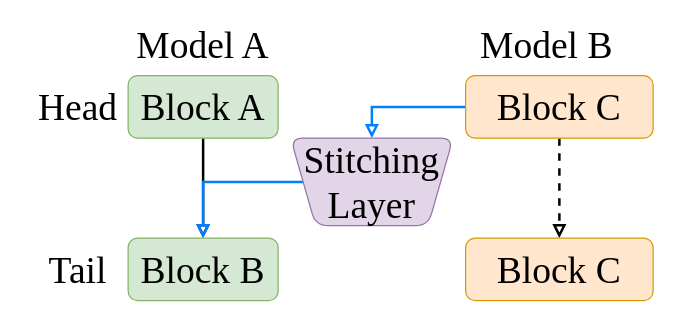
BDHU/blockllm-diagram keeps this draw.io diagram as stitch.drawio. Above is the earlier version. Source tidied: cells renumbered, new cells numbered last; positions are measured from the earlier drawing's top-left corner, leaving out a move shared by most shapes. Both pictures are drawn from the tidied source at 125%, with x=0, y=0 at pixel (40, 25).
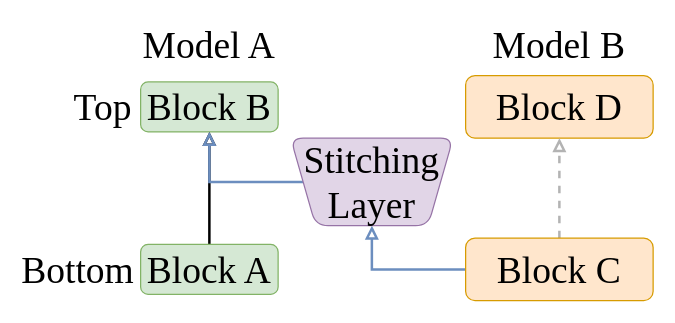
The same page after the edit.

Diff of the diagram source:
```diff
@@
 <mxGraphModel>
   <root>
     <mxCell id="0" />
     <mxCell id="1" parent="0" />
-    <mxCell id="2" style="edgeStyle=orthogonalEdgeStyle;rounded=0;jettySize=auto;html=1;strokeWidth=2;endArrow=block;endFill=0;" parent="1" edge="1" source="3" target="4">
-      <mxGeometry relative="1" as="geometry" />
-    </mxCell>
-    <mxCell id="3" value="&lt;font style=&quot;font-size: 30px;&quot; face=&quot;Times New Roman&quot;&gt;&lt;font&gt;Block A&lt;/font&gt;&lt;br&gt;&lt;/font&gt;" style="rounded=1;whiteSpace=wrap;html=1;fillColor=#d5e8d4;strokeColor=#82b366;" parent="1" vertex="1">
-      <mxGeometry x="70" y="40" width="120" height="50" as="geometry" />
+    <mxCell id="3" value="&lt;font style=&quot;font-size: 30px;&quot; face=&quot;Times New Roman&quot;&gt;&lt;font&gt;Block B&lt;/font&gt;&lt;br&gt;&lt;/font&gt;" style="rounded=1;whiteSpace=wrap;html=1;fillColor=#d5e8d4;strokeColor=#82b366;" parent="1" vertex="1">
+      <mxGeometry x="80" y="45" width="110" height="40" as="geometry" />
     </mxCell>
+    <mxCell id="15" style="edgeStyle=orthogonalEdgeStyle;rounded=0;jettySize=auto;html=1;exitX=0.5;exitY=0;exitDx=0;exitDy=0;entryX=0.5;entryY=1;entryDx=0;entryDy=0;strokeWidth=2;endArrow=block;endFill=0;" parent="1" edge="1" source="4" target="3">
+      <mxGeometry relative="1" as="geometry" />
+    </mxCell>
-    <mxCell id="4" value="&lt;font style=&quot;font-size: 30px;&quot; face=&quot;Times New Roman&quot;&gt;&lt;font&gt;Block B&lt;/font&gt;&lt;br&gt;&lt;/font&gt;" style="rounded=1;whiteSpace=wrap;html=1;fillColor=#d5e8d4;strokeColor=#82b366;" parent="1" vertex="1">
-      <mxGeometry x="70" y="170" width="120" height="50" as="geometry" />
+    <mxCell id="4" value="&lt;font style=&quot;font-size: 30px;&quot; face=&quot;Times New Roman&quot;&gt;&lt;font&gt;Block A&lt;/font&gt;&lt;br&gt;&lt;/font&gt;" style="rounded=1;whiteSpace=wrap;html=1;fillColor=#d5e8d4;strokeColor=#82b366;" parent="1" vertex="1">
+      <mxGeometry x="80" y="175" width="110" height="40" as="geometry" />
     </mxCell>
-    <mxCell id="5" style="edgeStyle=orthogonalEdgeStyle;rounded=0;jettySize=auto;html=1;entryX=0.5;entryY=0;entryDx=0;entryDy=0;endArrow=block;endFill=0;strokeWidth=2;dashed=1;" parent="1" edge="1" source="7" target="8">
-      <mxGeometry relative="1" as="geometry" />
-    </mxCell>
-    <mxCell id="6" style="edgeStyle=orthogonalEdgeStyle;rounded=0;jettySize=auto;html=1;entryX=0.5;entryY=1;entryDx=0;entryDy=0;strokeWidth=2;strokeColor=#007FFF;endArrow=block;endFill=0;exitX=0;exitY=0.5;exitDx=0;exitDy=0;" parent="1" edge="1" source="7" target="10">
-      <mxGeometry relative="1" as="geometry">
-        <Array as="points">
-          <mxPoint x="265" y="65" />
-        </Array>
-      </mxGeometry>
-    </mxCell>
-    <mxCell id="7" value="&lt;font style=&quot;font-size: 30px;&quot; face=&quot;Times New Roman&quot;&gt;&lt;font&gt;Block C&lt;/font&gt;&lt;br&gt;&lt;/font&gt;" style="rounded=1;whiteSpace=wrap;html=1;fillColor=#ffe6cc;strokeColor=#d79b00;" parent="1" vertex="1">
+    <mxCell id="7" value="&lt;font style=&quot;font-size: 30px;&quot; face=&quot;Times New Roman&quot;&gt;&lt;font&gt;Block D&lt;br&gt;&lt;/font&gt;&lt;/font&gt;" style="rounded=1;whiteSpace=wrap;html=1;fillColor=#ffe6cc;strokeColor=#d79b00;" parent="1" vertex="1">
       <mxGeometry x="340" y="40" width="150" height="50" as="geometry" />
     </mxCell>
+    <mxCell id="16" style="edgeStyle=orthogonalEdgeStyle;rounded=0;jettySize=auto;html=1;exitX=0.5;exitY=0;exitDx=0;exitDy=0;entryX=0.5;entryY=1;entryDx=0;entryDy=0;dashed=1;endArrow=block;endFill=0;strokeWidth=2;fillColor=#eeeeee;strokeColor=#B3B3B3;" parent="1" edge="1" source="8" target="7">
+      <mxGeometry relative="1" as="geometry" />
+    </mxCell>
+    <mxCell id="17" style="edgeStyle=orthogonalEdgeStyle;rounded=0;jettySize=auto;html=1;exitX=0;exitY=0.5;exitDx=0;exitDy=0;entryX=0.5;entryY=0;entryDx=0;entryDy=0;strokeWidth=2;fillColor=#dae8fc;strokeColor=#6c8ebf;endArrow=block;endFill=0;" parent="1" edge="1" source="8" target="10">
+      <mxGeometry relative="1" as="geometry" />
+    </mxCell>
     <mxCell id="8" value="&lt;font style=&quot;font-size: 30px;&quot; face=&quot;Times New Roman&quot;&gt;&lt;font&gt;Block C&lt;/font&gt;&lt;br&gt;&lt;/font&gt;" style="rounded=1;whiteSpace=wrap;html=1;fillColor=#ffe6cc;strokeColor=#d79b00;" parent="1" vertex="1">
       <mxGeometry x="340" y="170" width="150" height="50" as="geometry" />
     </mxCell>
-    <mxCell id="9" style="edgeStyle=orthogonalEdgeStyle;rounded=0;jettySize=auto;html=1;entryX=0.5;entryY=0;entryDx=0;entryDy=0;strokeColor=#007FFF;strokeWidth=2;endArrow=block;endFill=0;" parent="1" edge="1" source="10" target="4">
-      <mxGeometry relative="1" as="geometry" />
-    </mxCell>
+    <mxCell id="18" style="edgeStyle=orthogonalEdgeStyle;rounded=0;jettySize=auto;html=1;exitX=1;exitY=0.5;exitDx=0;exitDy=0;entryX=0.5;entryY=1;entryDx=0;entryDy=0;fillColor=#dae8fc;strokeColor=#6c8ebf;strokeWidth=2;endArrow=block;endFill=0;" parent="1" edge="1" source="10" target="3">
+      <mxGeometry relative="1" as="geometry" />
+    </mxCell>
     <mxCell id="10" value="&lt;font face=&quot;Times New Roman&quot; style=&quot;font-size: 30px;&quot;&gt;Stitching Layer&lt;br&gt;&lt;/font&gt;" style="shape=trapezoid;perimeter=trapezoidPerimeter;whiteSpace=wrap;html=1;fixedSize=1;direction=west;size=20;fillColor=#e1d5e7;strokeColor=#9673a6;rounded=1;" parent="1" vertex="1">
       <mxGeometry x="200" y="90" width="130" height="70" as="geometry" />
     </mxCell>
-    <mxCell id="11" value="&lt;font face=&quot;Times New Roman&quot; style=&quot;font-size: 30px;&quot;&gt;Head&lt;/font&gt;" style="text;html=1;align=center;verticalAlign=middle;whiteSpace=wrap;rounded=0;" parent="1" vertex="1">
-      <mxGeometry y="50" width="60" height="30" as="geometry" />
+    <mxCell id="11" value="&lt;font face=&quot;Times New Roman&quot; style=&quot;font-size: 30px;&quot;&gt;Top&lt;/font&gt;" style="text;html=1;align=center;verticalAlign=middle;whiteSpace=wrap;rounded=0;" parent="1" vertex="1">
+      <mxGeometry x="20" y="50" width="60" height="30" as="geometry" />
     </mxCell>
-    <mxCell id="12" value="&lt;font style=&quot;font-size: 30px;&quot; face=&quot;Times New Roman&quot;&gt;Tail&lt;/font&gt;" style="text;html=1;align=center;verticalAlign=middle;whiteSpace=wrap;rounded=0;" parent="1" vertex="1">
+    <mxCell id="12" value="&lt;font style=&quot;font-size: 30px;&quot; face=&quot;Times New Roman&quot;&gt;Bottom&lt;/font&gt;" style="text;html=1;align=center;verticalAlign=middle;whiteSpace=wrap;rounded=0;" parent="1" vertex="1">
       <mxGeometry y="180" width="60" height="30" as="geometry" />
     </mxCell>
     <mxCell id="13" value="&lt;font style=&quot;font-size: 30px;&quot; face=&quot;Times New Roman&quot;&gt;Model A&lt;br&gt;&lt;/font&gt;" style="text;html=1;align=center;verticalAlign=middle;whiteSpace=wrap;rounded=0;" parent="1" vertex="1">
-      <mxGeometry x="75" width="110" height="30" as="geometry" />
+      <mxGeometry x="80" width="110" height="30" as="geometry" />
     </mxCell>
     <mxCell id="14" value="&lt;font style=&quot;font-size: 30px;&quot; face=&quot;Times New Roman&quot;&gt;Model B&lt;br&gt;&lt;/font&gt;" style="text;html=1;align=center;verticalAlign=middle;whiteSpace=wrap;rounded=0;" parent="1" vertex="1">
-      <mxGeometry x="350" width="110" height="30" as="geometry" />
+      <mxGeometry x="360" width="110" height="30" as="geometry" />
     </mxCell>
   </root>
 </mxGraphModel>
```
